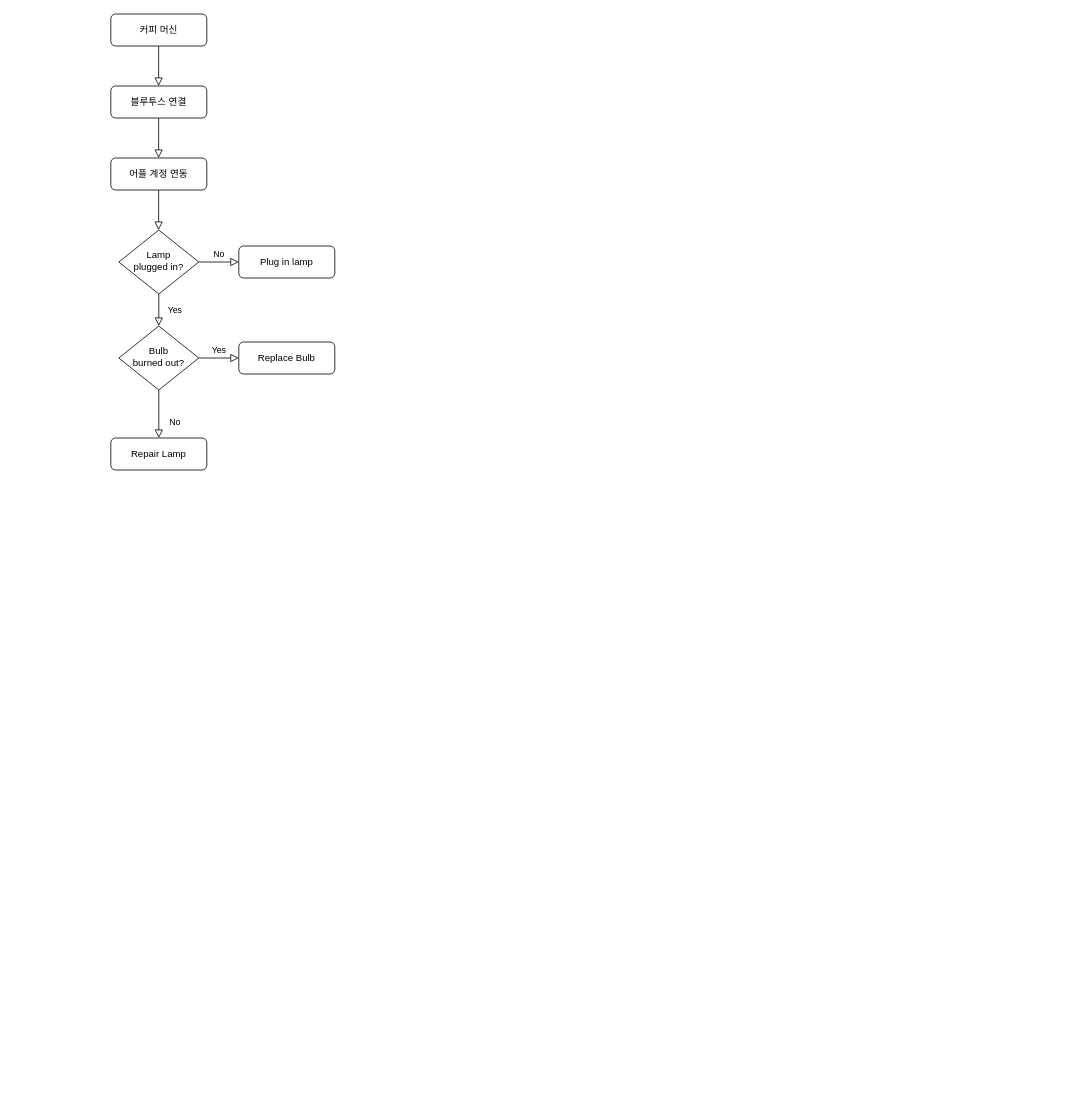
Above: 제목 없는 다이어그램.drawio in MIN121234/tetris (draw.io), before the change. Source tidied: cells renumbered, new cells numbered last; positions are measured from the earlier drawing's top-left corner, leaving out a move shared by most shapes. Both pictures are drawn from the tidied source at 80%, with x=0, y=0 at pixel (110, 14).
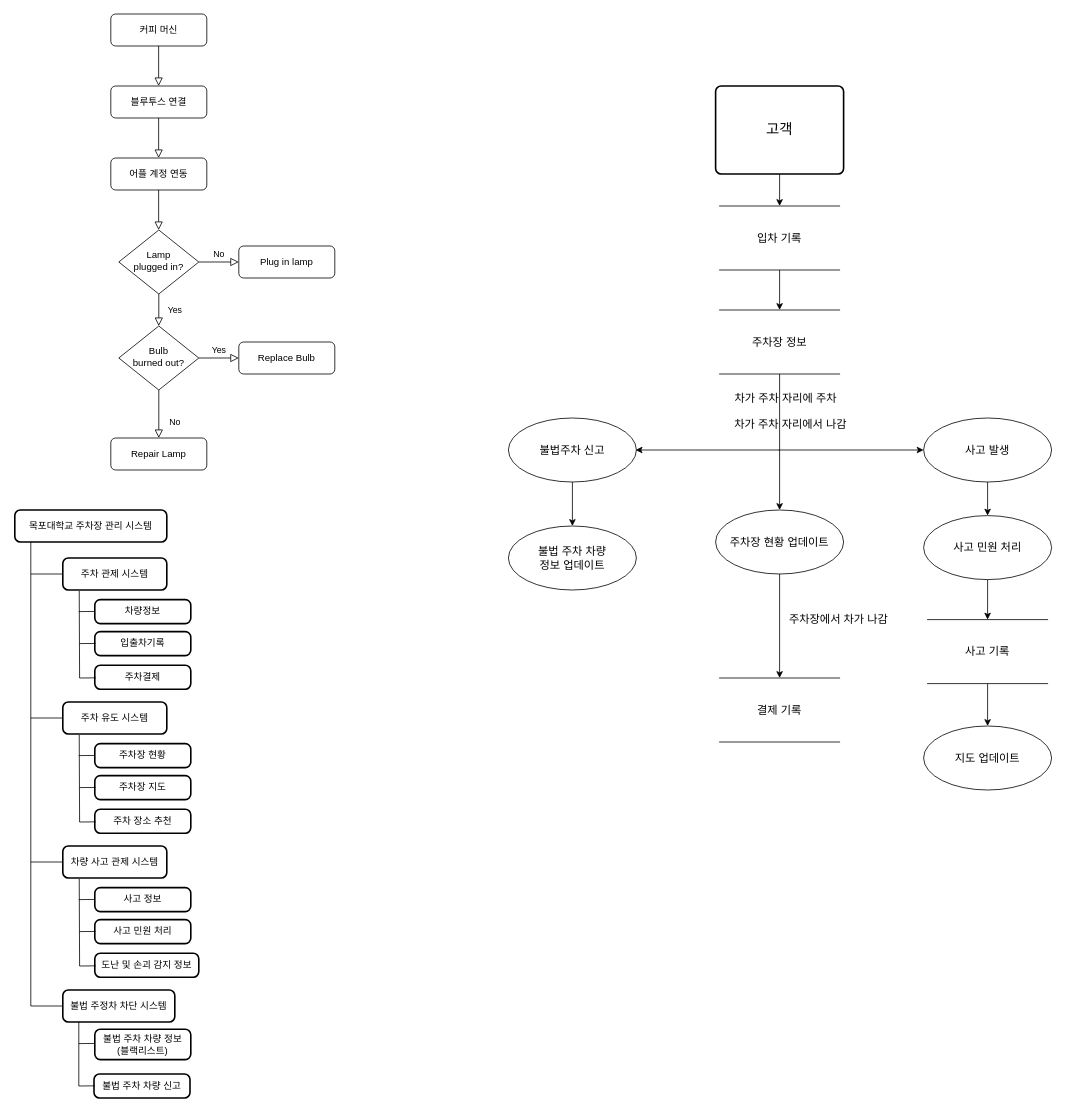
The same diagram, later.

Commit message (it also covers changes not shown here):
제목 없는 다이어그램.drawio 업데이트

The edit, as a diff of the source:
```diff
@@
+    <mxCell id="17" value="목포대학교 주차장 관리 시스템" style="rounded=1;whiteSpace=wrap;html=1;absoluteArcSize=1;arcSize=14;strokeWidth=2;" parent="1" vertex="1">
+      <mxGeometry x="-120" y="620" width="190" height="40" as="geometry" />
+    </mxCell>
+    <mxCell id="18" value="주차 관제 시스템" style="rounded=1;whiteSpace=wrap;html=1;absoluteArcSize=1;arcSize=14;strokeWidth=2;" parent="1" vertex="1">
+      <mxGeometry x="-60" y="680" width="130" height="40" as="geometry" />
+    </mxCell>
+    <mxCell id="19" style="endArrow=none;html=1;rounded=0;entryX=0.137;entryY=1.075;entryDx=0;entryDy=0;entryPerimeter=0;" parent="1" edge="1">
+      <mxGeometry relative="1" as="geometry">
+        <mxPoint x="-100" y="1240" as="sourcePoint" />
+        <mxPoint x="-100" y="660" as="targetPoint" />
+      </mxGeometry>
+    </mxCell>
+    <mxCell id="20" style="endArrow=none;html=1;rounded=0;" parent="1" edge="1">
+      <mxGeometry relative="1" as="geometry">
+        <mxPoint x="-40" y="747" as="sourcePoint" />
+        <mxPoint x="-20" y="746.8" as="targetPoint" />
+      </mxGeometry>
+    </mxCell>
+    <mxCell id="21" style="endArrow=none;html=1;rounded=0;entryX=0.158;entryY=1.027;entryDx=0;entryDy=0;entryPerimeter=0;" parent="1" edge="1" target="18">
+      <mxGeometry relative="1" as="geometry">
+        <mxPoint x="-39" y="830" as="sourcePoint" />
+      </mxGeometry>
+    </mxCell>
+    <mxCell id="22" value="차량정보" style="rounded=1;whiteSpace=wrap;html=1;absoluteArcSize=1;arcSize=14;strokeWidth=2;" parent="1" vertex="1">
+      <mxGeometry x="-20" y="732" width="120" height="30" as="geometry" />
+    </mxCell>
+    <mxCell id="23" value="입출차기록" style="rounded=1;whiteSpace=wrap;html=1;absoluteArcSize=1;arcSize=14;strokeWidth=2;" parent="1" vertex="1">
+      <mxGeometry x="-20" y="772" width="120" height="30" as="geometry" />
+    </mxCell>
+    <mxCell id="24" value="주차결제" style="rounded=1;whiteSpace=wrap;html=1;absoluteArcSize=1;arcSize=14;strokeWidth=2;" parent="1" vertex="1">
+      <mxGeometry x="-20" y="814" width="120" height="30" as="geometry" />
+    </mxCell>
+    <mxCell id="25" style="endArrow=none;html=1;rounded=0;" parent="1" edge="1">
+      <mxGeometry relative="1" as="geometry">
+        <mxPoint x="-39" y="787" as="sourcePoint" />
+        <mxPoint x="-19" y="786.8" as="targetPoint" />
+      </mxGeometry>
+    </mxCell>
+    <mxCell id="26" style="endArrow=none;html=1;rounded=0;" parent="1" edge="1">
+      <mxGeometry relative="1" as="geometry">
+        <mxPoint x="-39" y="830" as="sourcePoint" />
+        <mxPoint x="-19" y="829.8" as="targetPoint" />
+      </mxGeometry>
+    </mxCell>
+    <mxCell id="27" style="endArrow=none;html=1;rounded=0;entryX=0;entryY=0.5;entryDx=0;entryDy=0;" parent="1" edge="1" target="18">
+      <mxGeometry relative="1" as="geometry">
+        <mxPoint x="-100" y="700" as="sourcePoint" />
+      </mxGeometry>
+    </mxCell>
+    <mxCell id="28" value="주차 유도 시스템" style="rounded=1;whiteSpace=wrap;html=1;absoluteArcSize=1;arcSize=14;strokeWidth=2;" parent="1" vertex="1">
+      <mxGeometry x="-60" y="860" width="130" height="40" as="geometry" />
+    </mxCell>
+    <mxCell id="29" style="endArrow=none;html=1;rounded=0;" parent="1" edge="1">
+      <mxGeometry relative="1" as="geometry">
+        <mxPoint x="-40" y="927" as="sourcePoint" />
+        <mxPoint x="-20" y="926.8" as="targetPoint" />
+      </mxGeometry>
+    </mxCell>
+    <mxCell id="30" style="endArrow=none;html=1;rounded=0;entryX=0.158;entryY=1.027;entryDx=0;entryDy=0;entryPerimeter=0;" parent="1" edge="1" target="28">
+      <mxGeometry relative="1" as="geometry">
+        <mxPoint x="-39" y="1010" as="sourcePoint" />
+      </mxGeometry>
+    </mxCell>
+    <mxCell id="31" value="주차장 현황" style="rounded=1;whiteSpace=wrap;html=1;absoluteArcSize=1;arcSize=14;strokeWidth=2;" parent="1" vertex="1">
+      <mxGeometry x="-20" y="912" width="120" height="30" as="geometry" />
+    </mxCell>
+    <mxCell id="32" value="주차장 지도" style="rounded=1;whiteSpace=wrap;html=1;absoluteArcSize=1;arcSize=14;strokeWidth=2;" parent="1" vertex="1">
+      <mxGeometry x="-20" y="952" width="120" height="30" as="geometry" />
+    </mxCell>
+    <mxCell id="33" value="주차 장소 추천" style="rounded=1;whiteSpace=wrap;html=1;absoluteArcSize=1;arcSize=14;strokeWidth=2;" parent="1" vertex="1">
+      <mxGeometry x="-20" y="994" width="120" height="30" as="geometry" />
+    </mxCell>
+    <mxCell id="34" style="endArrow=none;html=1;rounded=0;" parent="1" edge="1">
+      <mxGeometry relative="1" as="geometry">
+        <mxPoint x="-39" y="967" as="sourcePoint" />
+        <mxPoint x="-19" y="966.8" as="targetPoint" />
+      </mxGeometry>
+    </mxCell>
+    <mxCell id="35" style="endArrow=none;html=1;rounded=0;" parent="1" edge="1">
+      <mxGeometry relative="1" as="geometry">
+        <mxPoint x="-39" y="1010" as="sourcePoint" />
+        <mxPoint x="-19" y="1009.8" as="targetPoint" />
+      </mxGeometry>
+    </mxCell>
+    <mxCell id="36" style="endArrow=none;html=1;rounded=0;entryX=0;entryY=0.5;entryDx=0;entryDy=0;" parent="1" edge="1" target="28">
+      <mxGeometry relative="1" as="geometry">
+        <mxPoint x="-100" y="880" as="sourcePoint" />
+      </mxGeometry>
+    </mxCell>
+    <mxCell id="37" value="차량 사고 관제 시스템" style="rounded=1;whiteSpace=wrap;html=1;absoluteArcSize=1;arcSize=14;strokeWidth=2;" parent="1" vertex="1">
+      <mxGeometry x="-60" y="1040" width="130" height="40" as="geometry" />
+    </mxCell>
+    <mxCell id="38" style="endArrow=none;html=1;rounded=0;" parent="1" edge="1">
+      <mxGeometry relative="1" as="geometry">
+        <mxPoint x="-40" y="1107" as="sourcePoint" />
+        <mxPoint x="-20" y="1106.8" as="targetPoint" />
+      </mxGeometry>
+    </mxCell>
+    <mxCell id="39" style="endArrow=none;html=1;rounded=0;entryX=0.158;entryY=1.027;entryDx=0;entryDy=0;entryPerimeter=0;" parent="1" edge="1" target="37">
+      <mxGeometry relative="1" as="geometry">
+        <mxPoint x="-39" y="1190" as="sourcePoint" />
+      </mxGeometry>
+    </mxCell>
+    <mxCell id="40" value="사고 정보" style="rounded=1;whiteSpace=wrap;html=1;absoluteArcSize=1;arcSize=14;strokeWidth=2;" parent="1" vertex="1">
+      <mxGeometry x="-20" y="1092" width="120" height="30" as="geometry" />
+    </mxCell>
+    <mxCell id="41" value="사고 민원 처리" style="rounded=1;whiteSpace=wrap;html=1;absoluteArcSize=1;arcSize=14;strokeWidth=2;" parent="1" vertex="1">
+      <mxGeometry x="-20" y="1132" width="120" height="30" as="geometry" />
+    </mxCell>
+    <mxCell id="42" value="도난 및 손괴 감지 정보" style="rounded=1;whiteSpace=wrap;html=1;absoluteArcSize=1;arcSize=14;strokeWidth=2;" parent="1" vertex="1">
+      <mxGeometry x="-20" y="1174" width="130" height="30" as="geometry" />
+    </mxCell>
+    <mxCell id="43" style="endArrow=none;html=1;rounded=0;" parent="1" edge="1">
+      <mxGeometry relative="1" as="geometry">
+        <mxPoint x="-39" y="1147" as="sourcePoint" />
+        <mxPoint x="-19" y="1146.8" as="targetPoint" />
+      </mxGeometry>
+    </mxCell>
+    <mxCell id="44" style="endArrow=none;html=1;rounded=0;" parent="1" edge="1">
+      <mxGeometry relative="1" as="geometry">
+        <mxPoint x="-39" y="1190" as="sourcePoint" />
+        <mxPoint x="-19" y="1189.8" as="targetPoint" />
+      </mxGeometry>
+    </mxCell>
+    <mxCell id="45" style="endArrow=none;html=1;rounded=0;entryX=0;entryY=0.5;entryDx=0;entryDy=0;" parent="1" edge="1" target="37">
+      <mxGeometry relative="1" as="geometry">
+        <mxPoint x="-100" y="1060" as="sourcePoint" />
+      </mxGeometry>
+    </mxCell>
+    <mxCell id="46" value="불법 주정차 차단 시스템" style="rounded=1;whiteSpace=wrap;html=1;absoluteArcSize=1;arcSize=14;strokeWidth=2;" parent="1" vertex="1">
+      <mxGeometry x="-60" y="1220" width="140" height="40" as="geometry" />
+    </mxCell>
+    <mxCell id="47" style="endArrow=none;html=1;rounded=0;" parent="1" edge="1">
+      <mxGeometry relative="1" as="geometry">
+        <mxPoint x="-40" y="1287" as="sourcePoint" />
+        <mxPoint x="-20" y="1286.8" as="targetPoint" />
+      </mxGeometry>
+    </mxCell>
+    <mxCell id="48" style="endArrow=none;html=1;rounded=0;" parent="1" edge="1">
+      <mxGeometry relative="1" as="geometry">
+        <mxPoint x="-40" y="1340" as="sourcePoint" />
+        <mxPoint x="-40" y="1260" as="targetPoint" />
+      </mxGeometry>
+    </mxCell>
+    <mxCell id="49" value="불법 주차 차량 정보&lt;br&gt;(블랙리스트)" style="rounded=1;whiteSpace=wrap;html=1;absoluteArcSize=1;arcSize=14;strokeWidth=2;" parent="1" vertex="1">
+      <mxGeometry x="-20" y="1269" width="120" height="38" as="geometry" />
+    </mxCell>
+    <mxCell id="50" value="불법 주차 차량 신고" style="rounded=1;whiteSpace=wrap;html=1;absoluteArcSize=1;arcSize=14;strokeWidth=2;" parent="1" vertex="1">
+      <mxGeometry x="-21" y="1325" width="120" height="30" as="geometry" />
+    </mxCell>
+    <mxCell id="51" style="endArrow=none;html=1;rounded=0;" parent="1" edge="1">
+      <mxGeometry relative="1" as="geometry">
+        <mxPoint x="-40" y="1340" as="sourcePoint" />
+        <mxPoint x="-20" y="1339.8" as="targetPoint" />
+      </mxGeometry>
+    </mxCell>
+    <mxCell id="52" style="endArrow=none;html=1;rounded=0;entryX=0;entryY=0.5;entryDx=0;entryDy=0;" parent="1" edge="1" target="46">
+      <mxGeometry relative="1" as="geometry">
+        <mxPoint x="-100" y="1240" as="sourcePoint" />
+      </mxGeometry>
+    </mxCell>
+    <mxCell id="53" style="edgeStyle=orthogonalEdgeStyle;rounded=0;jettySize=auto;html=1;exitX=0.5;exitY=1;exitDx=0;exitDy=0;entryX=0.5;entryY=0;entryDx=0;entryDy=0;" parent="1" edge="1" source="54" target="58">
+      <mxGeometry relative="1" as="geometry" />
+    </mxCell>
+    <mxCell id="54" value="&lt;font style=&quot;font-size: 14px;&quot;&gt;입차 기록&lt;/font&gt;" style="shape=partialRectangle;whiteSpace=wrap;html=1;left=0;right=0;fillColor=none;" parent="1" vertex="1">
+      <mxGeometry x="761" y="240" width="150" height="80" as="geometry" />
+    </mxCell>
+    <mxCell id="55" style="edgeStyle=orthogonalEdgeStyle;rounded=0;jettySize=auto;html=1;exitX=0.5;exitY=1;exitDx=0;exitDy=0;entryX=0.5;entryY=0;entryDx=0;entryDy=0;" parent="1" edge="1" source="56" target="54">
+      <mxGeometry relative="1" as="geometry" />
+    </mxCell>
+    <mxCell id="56" value="&lt;font style=&quot;font-size: 18px;&quot;&gt;고객&lt;/font&gt;" style="rounded=1;whiteSpace=wrap;html=1;absoluteArcSize=1;arcSize=14;strokeWidth=2;" parent="1" vertex="1">
+      <mxGeometry x="756" y="90" width="160" height="110" as="geometry" />
+    </mxCell>
+    <mxCell id="57" style="edgeStyle=orthogonalEdgeStyle;rounded=0;jettySize=auto;html=1;exitX=0.5;exitY=1;exitDx=0;exitDy=0;" parent="1" edge="1" source="58" target="61">
+      <mxGeometry relative="1" as="geometry" />
+    </mxCell>
+    <mxCell id="58" value="&lt;font style=&quot;font-size: 14px;&quot;&gt;주차장 정보&lt;/font&gt;" style="shape=partialRectangle;whiteSpace=wrap;html=1;left=0;right=0;fillColor=none;" parent="1" vertex="1">
+      <mxGeometry x="761" y="370" width="150" height="80" as="geometry" />
+    </mxCell>
+    <mxCell id="59" value="&lt;font style=&quot;font-size: 14px;&quot;&gt;차가 주차 자리에 주차&lt;/font&gt;" style="text;html=1;strokeColor=none;fillColor=none;align=center;verticalAlign=middle;whiteSpace=wrap;rounded=0;" parent="1" vertex="1">
+      <mxGeometry x="769" y="465" width="150" height="30" as="geometry" />
+    </mxCell>
+    <mxCell id="60" style="edgeStyle=orthogonalEdgeStyle;rounded=0;jettySize=auto;html=1;exitX=0.5;exitY=1;exitDx=0;exitDy=0;entryX=0.5;entryY=0;entryDx=0;entryDy=0;" parent="1" edge="1" source="61" target="63">
+      <mxGeometry relative="1" as="geometry" />
+    </mxCell>
+    <mxCell id="61" value="&lt;font style=&quot;font-size: 14px;&quot;&gt;주차장 현황 업데이트&lt;/font&gt;" style="ellipse;whiteSpace=wrap;html=1;fillColor=none;" parent="1" vertex="1">
+      <mxGeometry x="756" y="620" width="160" height="80" as="geometry" />
+    </mxCell>
+    <mxCell id="62" value="&lt;font style=&quot;font-size: 14px;&quot;&gt;차가 주차 자리에서 나감&lt;/font&gt;" style="text;html=1;strokeColor=none;fillColor=none;align=center;verticalAlign=middle;whiteSpace=wrap;rounded=0;" parent="1" vertex="1">
+      <mxGeometry x="770" y="498" width="160" height="30" as="geometry" />
+    </mxCell>
+    <mxCell id="63" value="&lt;font style=&quot;font-size: 14px;&quot;&gt;결제 기록&lt;/font&gt;" style="shape=partialRectangle;whiteSpace=wrap;html=1;left=0;right=0;fillColor=none;" parent="1" vertex="1">
+      <mxGeometry x="761" y="830" width="150" height="80" as="geometry" />
+    </mxCell>
+    <mxCell id="64" value="&lt;span style=&quot;font-size: 14px;&quot;&gt;주차장에서 차가 나감&lt;/span&gt;" style="text;html=1;strokeColor=none;fillColor=none;align=center;verticalAlign=middle;whiteSpace=wrap;rounded=0;" parent="1" vertex="1">
+      <mxGeometry x="830" y="742" width="160" height="30" as="geometry" />
+    </mxCell>
+    <mxCell id="65" style="edgeStyle=orthogonalEdgeStyle;rounded=0;orthogonalLoop=1;jettySize=auto;html=1;" parent="1" edge="1">
+      <mxGeometry relative="1" as="geometry">
+        <mxPoint x="835" y="545" as="sourcePoint" />
+        <mxPoint x="1016" y="545" as="targetPoint" />
+      </mxGeometry>
+    </mxCell>
+    <mxCell id="66" style="edgeStyle=orthogonalEdgeStyle;rounded=0;jettySize=auto;html=1;exitX=0.5;exitY=1;exitDx=0;exitDy=0;" parent="1" edge="1" source="67" target="69">
+      <mxGeometry relative="1" as="geometry" />
+    </mxCell>
+    <mxCell id="67" value="&lt;font style=&quot;font-size: 14px;&quot;&gt;사고 발생&lt;/font&gt;" style="ellipse;whiteSpace=wrap;html=1;fillColor=none;" parent="1" vertex="1">
+      <mxGeometry x="1016" y="505" width="160" height="80" as="geometry" />
+    </mxCell>
+    <mxCell id="68" style="edgeStyle=orthogonalEdgeStyle;rounded=0;jettySize=auto;html=1;exitX=0.5;exitY=1;exitDx=0;exitDy=0;entryX=0.5;entryY=0;entryDx=0;entryDy=0;" parent="1" edge="1" source="69" target="71">
+      <mxGeometry relative="1" as="geometry" />
+    </mxCell>
+    <mxCell id="69" value="&lt;font style=&quot;font-size: 14px;&quot;&gt;사고 민원 처리&lt;/font&gt;" style="ellipse;whiteSpace=wrap;html=1;fillColor=none;" parent="1" vertex="1">
+      <mxGeometry x="1016" y="627" width="160" height="80" as="geometry" />
+    </mxCell>
+    <mxCell id="70" style="edgeStyle=orthogonalEdgeStyle;rounded=0;jettySize=auto;html=1;exitX=0.5;exitY=1;exitDx=0;exitDy=0;entryX=0.5;entryY=0;entryDx=0;entryDy=0;" parent="1" edge="1" source="71" target="72">
+      <mxGeometry relative="1" as="geometry" />
+    </mxCell>
+    <mxCell id="71" value="&lt;span style=&quot;font-size: 14px;&quot;&gt;사고 기록&lt;/span&gt;" style="shape=partialRectangle;whiteSpace=wrap;html=1;left=0;right=0;fillColor=none;" parent="1" vertex="1">
+      <mxGeometry x="1021" y="757" width="150" height="80" as="geometry" />
+    </mxCell>
+    <mxCell id="72" value="&lt;font style=&quot;font-size: 14px;&quot;&gt;지도 업데이트&lt;/font&gt;" style="ellipse;whiteSpace=wrap;html=1;fillColor=none;" parent="1" vertex="1">
+      <mxGeometry x="1016" y="890" width="160" height="80" as="geometry" />
+    </mxCell>
+    <mxCell id="73" style="edgeStyle=orthogonalEdgeStyle;rounded=0;orthogonalLoop=1;jettySize=auto;html=1;" parent="1" edge="1">
+      <mxGeometry relative="1" as="geometry">
+        <mxPoint x="836" y="545" as="sourcePoint" />
+        <mxPoint x="656" y="545" as="targetPoint" />
+      </mxGeometry>
+    </mxCell>
+    <mxCell id="74" style="edgeStyle=orthogonalEdgeStyle;rounded=0;jettySize=auto;html=1;exitX=0.5;exitY=1;exitDx=0;exitDy=0;entryX=0.5;entryY=0;entryDx=0;entryDy=0;" parent="1" edge="1" source="75" target="76">
+      <mxGeometry relative="1" as="geometry" />
+    </mxCell>
+    <mxCell id="75" value="&lt;font style=&quot;font-size: 14px;&quot;&gt;불법주차 신고&lt;/font&gt;" style="ellipse;whiteSpace=wrap;html=1;fillColor=none;" parent="1" vertex="1">
+      <mxGeometry x="497" y="505" width="160" height="80" as="geometry" />
+    </mxCell>
+    <mxCell id="76" value="&lt;font style=&quot;font-size: 14px;&quot;&gt;불법 주차 차량 &lt;br&gt;정보 업데이트&lt;/font&gt;" style="ellipse;whiteSpace=wrap;html=1;fillColor=none;" parent="1" vertex="1">
+      <mxGeometry x="497" y="640" width="160" height="80" as="geometry" />
+    </mxCell>
```
